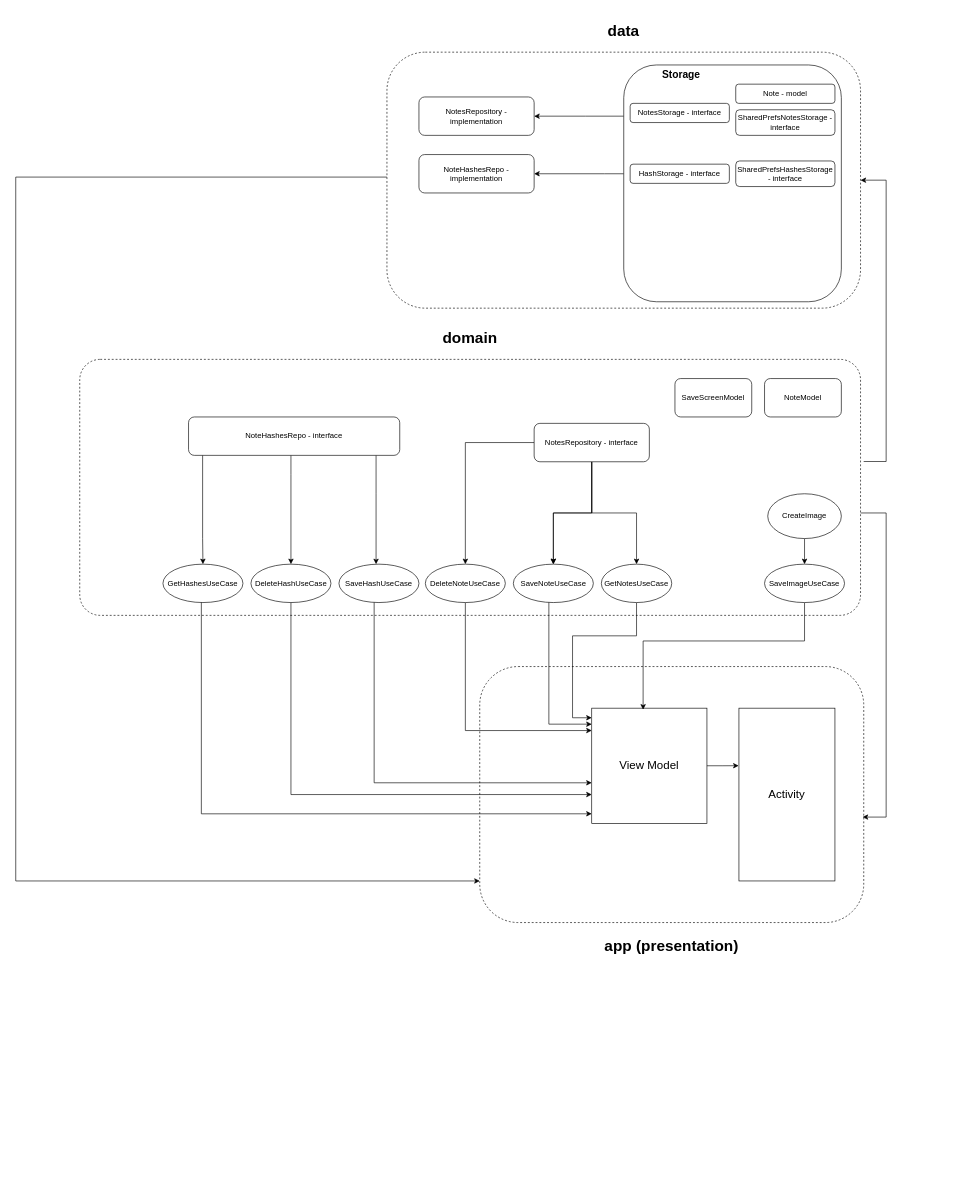
The draw.io diagram ArchitectureDiagram.drawio in solutions-architects/anynote_android, before the edit. Source tidied: cells renumbered, new cells numbered last; positions are measured from the earlier drawing's top-left corner, leaving out a move shared by most shapes. Both pictures are drawn from the tidied source at 64%, with x=0, y=0 at pixel (15, 52).
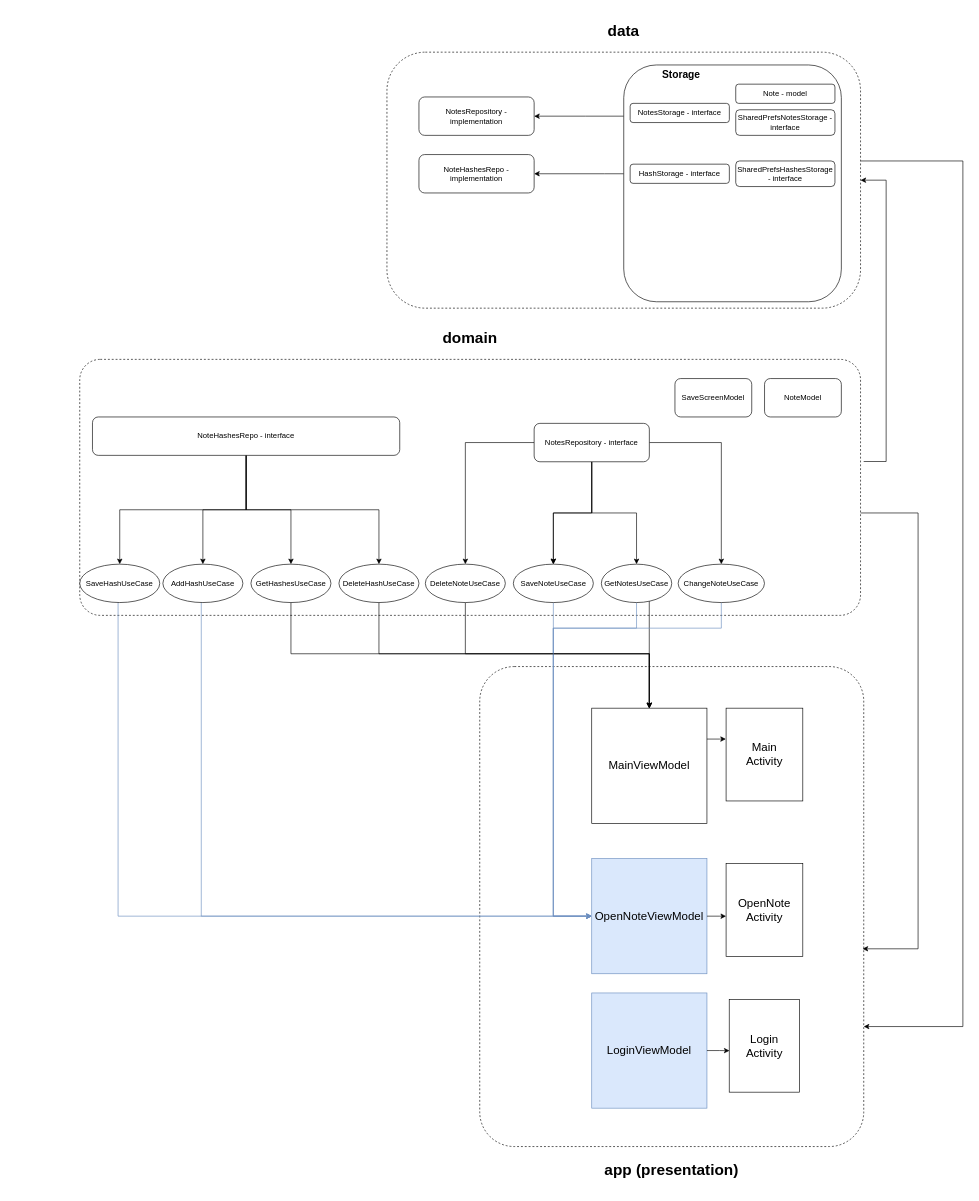
The same page after the edit.

Unchanged cells that the change refers to:
```xml
<mxCell id="3" value="&lt;h1&gt;domain&lt;/h1&gt;" style="rounded=1;whiteSpace=wrap;html=1;arcSize=8;glass=0;shadow=0;dashed=1;verticalAlign=bottom;labelPosition=center;verticalLabelPosition=top;align=center;" parent="1" vertex="1">
  <mxGeometry x="100.1" y="480" width="1220" height="400" as="geometry" />
</mxCell>
<mxCell id="7" value="&lt;h1&gt;data&lt;/h1&gt;" style="rounded=1;whiteSpace=wrap;html=1;dashed=1;verticalAlign=bottom;labelPosition=center;verticalLabelPosition=top;align=center;" parent="1" vertex="1">
  <mxGeometry x="580.1" width="740" height="400" as="geometry" />
</mxCell>
<mxCell id="14" value="GetNotesUseCase" style="ellipse;whiteSpace=wrap;html=1;" parent="1" vertex="1">
  <mxGeometry x="915.1" y="800" width="110" height="60" as="geometry" />
</mxCell>
<mxCell id="15" value="SaveNoteUseCase" style="ellipse;whiteSpace=wrap;html=1;" parent="1" vertex="1">
  <mxGeometry x="777.6" y="800" width="125" height="60" as="geometry" />
</mxCell>
<mxCell id="20" value="NotesRepository - interface" style="rounded=1;whiteSpace=wrap;html=1;" parent="1" vertex="1">
  <mxGeometry x="810.1" y="580" width="180" height="60" as="geometry" />
</mxCell>
<mxCell id="48" value="Dele&lt;span style=&quot;background-color: initial;&quot;&gt;teNoteUseCase&lt;/span&gt;" style="ellipse;whiteSpace=wrap;html=1;" parent="1" vertex="1">
  <mxGeometry x="640.1" y="800" width="125" height="60" as="geometry" />
</mxCell>
```

Change to the diagram source:
```diff
@@
-    <mxCell id="5" value="&lt;h1&gt;app (presentation)&lt;/h1&gt;" style="rounded=1;whiteSpace=wrap;html=1;dashed=1;labelPosition=center;verticalLabelPosition=bottom;align=center;verticalAlign=top;" parent="1" vertex="1">
-      <mxGeometry x="725.1" y="960" width="600" height="400" as="geometry" />
+    <mxCell id="5" value="&lt;h1&gt;app (presentation)&lt;/h1&gt;" style="rounded=1;whiteSpace=wrap;html=1;dashed=1;labelPosition=center;verticalLabelPosition=bottom;align=center;verticalAlign=top;arcSize=9;" parent="1" vertex="1">
+      <mxGeometry x="725.1" y="960" width="600" height="750" as="geometry" />
     </mxCell>
-    <mxCell id="6" style="edgeStyle=orthogonalEdgeStyle;rounded=0;jettySize=auto;html=1;exitX=0;exitY=0.488;exitDx=0;exitDy=0;exitPerimeter=0;" parent="1" edge="1" source="7" target="5">
+    <mxCell id="6" style="edgeStyle=orthogonalEdgeStyle;rounded=0;jettySize=auto;html=1;entryX=1;entryY=0.75;entryDx=0;entryDy=0;" parent="1" edge="1" source="7" target="5">
       <mxGeometry relative="1" as="geometry">
         <Array as="points">
-          <mxPoint x="0.1" y="195" />
-          <mxPoint x="0.1" y="1295" />
+          <mxPoint x="1480" y="170" />
+          <mxPoint x="1480" y="1523" />
         </Array>
       </mxGeometry>
     </mxCell>
@@
-    <mxCell id="10" value="View Model" style="whiteSpace=wrap;html=1;fontSize=18;" parent="1" vertex="1">
+    <mxCell id="10" value="MainViewModel" style="whiteSpace=wrap;html=1;fontSize=18;" parent="1" vertex="1">
       <mxGeometry x="900.1" y="1025" width="180" height="180" as="geometry" />
     </mxCell>
-    <mxCell id="11" value="Activity" style="rounded=0;whiteSpace=wrap;html=1;fontSize=18;" parent="1" vertex="1">
-      <mxGeometry x="1130.1" y="1025" width="150" height="270" as="geometry" />
+    <mxCell id="11" value="&lt;div&gt;Main&lt;/div&gt;Activity" style="rounded=0;whiteSpace=wrap;html=1;fontSize=18;" parent="1" vertex="1">
+      <mxGeometry x="1110" y="1025" width="119.9" height="145" as="geometry" />
     </mxCell>
     <mxCell id="12" style="edgeStyle=orthogonalEdgeStyle;rounded=0;jettySize=auto;html=1;entryX=-0.003;entryY=0.333;entryDx=0;entryDy=0;entryPerimeter=0;" parent="1" edge="1" source="10" target="11">
-      <mxGeometry relative="1" as="geometry" />
+      <mxGeometry relative="1" as="geometry">
+        <Array as="points">
+          <mxPoint x="1100" y="1073" />
+        </Array>
+      </mxGeometry>
     </mxCell>
     <mxCell id="13" style="edgeStyle=orthogonalEdgeStyle;rounded=0;jettySize=auto;html=1;" parent="1" edge="1" source="14" target="10">
       <mxGeometry relative="1" as="geometry">
         <Array as="points">
-          <mxPoint x="970.1" y="912" />
-          <mxPoint x="870.1" y="912" />
-          <mxPoint x="870.1" y="1040" />
+          <mxPoint x="990" y="900" />
+          <mxPoint x="990" y="900" />
         </Array>
       </mxGeometry>
     </mxCell>
+    <mxCell id="52" style="edgeStyle=orthogonalEdgeStyle;rounded=0;jettySize=auto;html=1;entryX=0;entryY=0.5;entryDx=0;entryDy=0;fillColor=#dae8fc;strokeColor=#6c8ebf;" parent="1" edge="1" source="14" target="57">
+      <mxGeometry relative="1" as="geometry">
+        <Array as="points">
+          <mxPoint x="970" y="900" />
+          <mxPoint x="840" y="900" />
+          <mxPoint x="840" y="1350" />
+        </Array>
+      </mxGeometry>
+    </mxCell>
@@
+    <mxCell id="53" style="edgeStyle=orthogonalEdgeStyle;rounded=0;jettySize=auto;html=1;entryX=0;entryY=0.5;entryDx=0;entryDy=0;fillColor=#dae8fc;strokeColor=#6c8ebf;" parent="1" edge="1" source="15" target="57">
+      <mxGeometry relative="1" as="geometry">
+        <Array as="points">
+          <mxPoint x="840" y="1350" />
+        </Array>
+      </mxGeometry>
+    </mxCell>
@@
+    <mxCell id="54" style="edgeStyle=orthogonalEdgeStyle;rounded=0;jettySize=auto;html=1;entryX=0.5;entryY=0;entryDx=0;entryDy=0;" parent="1" edge="1" source="20" target="63">
+      <mxGeometry relative="1" as="geometry" />
+    </mxCell>
@@
-    <mxCell id="23" style="edgeStyle=orthogonalEdgeStyle;rounded=0;jettySize=auto;html=1;" parent="1" edge="1" source="15" target="10">
-      <mxGeometry relative="1" as="geometry">
-        <Array as="points">
-          <mxPoint x="833.1" y="1050" />
-        </Array>
-      </mxGeometry>
-    </mxCell>
-    <mxCell id="24" style="edgeStyle=orthogonalEdgeStyle;rounded=0;jettySize=auto;html=1;entryX=0.446;entryY=0.013;entryDx=0;entryDy=0;entryPerimeter=0;" parent="1" edge="1" source="25" target="10">
-      <mxGeometry relative="1" as="geometry">
-        <Array as="points">
-          <mxPoint x="1233.1" y="920" />
-          <mxPoint x="980.1" y="920" />
-        </Array>
-      </mxGeometry>
-    </mxCell>
-    <mxCell id="25" value="SaveImageUseCase" style="ellipse;whiteSpace=wrap;html=1;" parent="1" vertex="1">
-      <mxGeometry x="1170.1" y="800" width="125" height="60" as="geometry" />
-    </mxCell>
-    <mxCell id="26" style="edgeStyle=orthogonalEdgeStyle;rounded=0;jettySize=auto;html=1;" parent="1" edge="1" source="27" target="25">
-      <mxGeometry relative="1" as="geometry" />
-    </mxCell>
-    <mxCell id="27" value="CreateImage" style="ellipse;whiteSpace=wrap;html=1;" parent="1" vertex="1">
-      <mxGeometry x="1175.1" y="690" width="115" height="70" as="geometry" />
-    </mxCell>
     <mxCell id="28" style="edgeStyle=orthogonalEdgeStyle;rounded=0;jettySize=auto;html=1;entryX=0.997;entryY=0.588;entryDx=0;entryDy=0;entryPerimeter=0;" parent="1" edge="1" source="3" target="5">
       <mxGeometry relative="1" as="geometry">
         <Array as="points">
-          <mxPoint x="1360.1" y="720" />
-          <mxPoint x="1360.1" y="1195" />
+          <mxPoint x="1410" y="720" />
+          <mxPoint x="1410" y="1401" />
         </Array>
       </mxGeometry>
     </mxCell>
@@
+    <mxCell id="55" style="edgeStyle=orthogonalEdgeStyle;rounded=0;jettySize=auto;html=1;" parent="1" edge="1" source="40" target="61">
+      <mxGeometry relative="1" as="geometry" />
+    </mxCell>
+    <mxCell id="39" style="edgeStyle=orthogonalEdgeStyle;rounded=0;jettySize=auto;html=1;" parent="1" edge="1" source="40" target="50">
+      <mxGeometry relative="1" as="geometry" />
+    </mxCell>
     <mxCell id="37" style="edgeStyle=orthogonalEdgeStyle;rounded=0;jettySize=auto;html=1;" parent="1" edge="1" source="40" target="41">
-      <mxGeometry relative="1" as="geometry">
-        <Array as="points">
-          <mxPoint x="292.1" y="760" />
-        </Array>
-      </mxGeometry>
+      <mxGeometry relative="1" as="geometry" />
     </mxCell>
     <mxCell id="38" style="edgeStyle=orthogonalEdgeStyle;rounded=0;jettySize=auto;html=1;" parent="1" edge="1" source="40" target="46">
-      <mxGeometry relative="1" as="geometry">
-        <Array as="points">
-          <mxPoint x="430.1" y="660" />
-          <mxPoint x="430.1" y="660" />
-        </Array>
-      </mxGeometry>
+      <mxGeometry relative="1" as="geometry" />
     </mxCell>
-    <mxCell id="39" style="edgeStyle=orthogonalEdgeStyle;rounded=0;jettySize=auto;html=1;" parent="1" edge="1" source="40" target="50">
-      <mxGeometry relative="1" as="geometry">
-        <Array as="points">
-          <mxPoint x="563.1" y="690" />
-          <mxPoint x="563.1" y="690" />
-        </Array>
-      </mxGeometry>
-    </mxCell>
     <mxCell id="40" value="NoteHashesRepo - interface" style="rounded=1;whiteSpace=wrap;html=1;" parent="1" vertex="1">
-      <mxGeometry x="270.1" y="570" width="330" height="60" as="geometry" />
+      <mxGeometry x="120" y="570" width="480.1" height="60" as="geometry" />
     </mxCell>
+    <mxCell id="49" style="edgeStyle=orthogonalEdgeStyle;rounded=0;jettySize=auto;html=1;" parent="1" edge="1" source="41" target="10">
+      <mxGeometry relative="1" as="geometry">
+        <Array as="points">
+          <mxPoint x="430" y="940" />
+          <mxPoint x="990" y="940" />
+        </Array>
+      </mxGeometry>
+    </mxCell>
     <mxCell id="41" value="GetHashesUseCase" style="ellipse;whiteSpace=wrap;html=1;" parent="1" vertex="1">
-      <mxGeometry x="230.1" y="800" width="125" height="60" as="geometry" />
+      <mxGeometry x="367.6" y="800" width="125" height="60" as="geometry" />
     </mxCell>
@@
-    <mxCell id="45" style="edgeStyle=orthogonalEdgeStyle;rounded=0;jettySize=auto;html=1;entryX=0;entryY=0.75;entryDx=0;entryDy=0;" parent="1" edge="1" source="46" target="10">
+    <mxCell id="45" style="edgeStyle=orthogonalEdgeStyle;rounded=0;jettySize=auto;html=1;entryX=0.5;entryY=0;entryDx=0;entryDy=0;" parent="1" edge="1" source="46" target="10">
       <mxGeometry relative="1" as="geometry">
         <Array as="points">
-          <mxPoint x="430.1" y="1160" />
+          <mxPoint x="568" y="940" />
+          <mxPoint x="990" y="940" />
         </Array>
       </mxGeometry>
     </mxCell>
     <mxCell id="46" value="DeleteHashUseCase" style="ellipse;whiteSpace=wrap;html=1;" parent="1" vertex="1">
-      <mxGeometry x="367.6" y="800" width="125" height="60" as="geometry" />
+      <mxGeometry x="505.1" y="800" width="125" height="60" as="geometry" />
     </mxCell>
     <mxCell id="47" style="edgeStyle=orthogonalEdgeStyle;rounded=0;jettySize=auto;html=1;" parent="1" edge="1" source="48" target="10">
       <mxGeometry relative="1" as="geometry">
         <Array as="points">
-          <mxPoint x="702.1" y="1060" />
+          <mxPoint x="703" y="940" />
+          <mxPoint x="990" y="940" />
         </Array>
       </mxGeometry>
     </mxCell>
@@
-    <mxCell id="49" style="edgeStyle=orthogonalEdgeStyle;rounded=0;jettySize=auto;html=1;entryX=0;entryY=0.917;entryDx=0;entryDy=0;entryPerimeter=0;" parent="1" edge="1" source="41" target="10">
-      <mxGeometry relative="1" as="geometry">
-        <Array as="points">
-          <mxPoint x="290.1" y="1190" />
-        </Array>
-      </mxGeometry>
-    </mxCell>
+    <mxCell id="56" style="edgeStyle=orthogonalEdgeStyle;rounded=0;jettySize=auto;html=1;entryX=0;entryY=0.5;entryDx=0;entryDy=0;fillColor=#dae8fc;strokeColor=#6c8ebf;" parent="1" edge="1" source="50" target="57">
+      <mxGeometry relative="1" as="geometry">
+        <Array as="points">
+          <mxPoint x="160" y="1350" />
+        </Array>
+      </mxGeometry>
+    </mxCell>
     <mxCell id="50" value="SaveHashUseCase" style="ellipse;whiteSpace=wrap;html=1;" parent="1" vertex="1">
-      <mxGeometry x="505.1" y="800" width="125" height="60" as="geometry" />
+      <mxGeometry x="100.1" y="800" width="125" height="60" as="geometry" />
     </mxCell>
-    <mxCell id="51" style="edgeStyle=orthogonalEdgeStyle;rounded=0;jettySize=auto;html=1;entryX=0;entryY=0.648;entryDx=0;entryDy=0;entryPerimeter=0;" parent="1" edge="1" source="50" target="10">
-      <mxGeometry relative="1" as="geometry">
-        <Array as="points">
-          <mxPoint x="560.1" y="1142" />
-        </Array>
-      </mxGeometry>
-    </mxCell>
+    <mxCell id="57" value="OpenNoteViewModel" style="whiteSpace=wrap;html=1;fontSize=18;fillColor=#dae8fc;strokeColor=#6c8ebf;" parent="1" vertex="1">
+      <mxGeometry x="900.1" y="1260" width="180" height="180" as="geometry" />
+    </mxCell>
+    <mxCell id="58" value="OpenNote&lt;div&gt;&lt;/div&gt;&lt;div&gt;Activity&lt;/div&gt;" style="rounded=0;whiteSpace=wrap;html=1;fontSize=18;" parent="1" vertex="1">
+      <mxGeometry x="1110" y="1268" width="119.9" height="145" as="geometry" />
+    </mxCell>
+    <mxCell id="59" style="edgeStyle=orthogonalEdgeStyle;rounded=0;jettySize=auto;html=1;entryX=0;entryY=0.566;entryDx=0;entryDy=0;entryPerimeter=0;" parent="1" edge="1" source="57" target="58">
+      <mxGeometry relative="1" as="geometry" />
+    </mxCell>
+    <mxCell id="60" style="edgeStyle=orthogonalEdgeStyle;rounded=0;jettySize=auto;html=1;entryX=0;entryY=0.5;entryDx=0;entryDy=0;fillColor=#dae8fc;strokeColor=#6c8ebf;" parent="1" edge="1" source="61" target="57">
+      <mxGeometry relative="1" as="geometry">
+        <Array as="points">
+          <mxPoint x="290" y="1350" />
+        </Array>
+      </mxGeometry>
+    </mxCell>
+    <mxCell id="61" value="AddHashUseCase" style="ellipse;whiteSpace=wrap;html=1;" parent="1" vertex="1">
+      <mxGeometry x="230" y="800" width="125" height="60" as="geometry" />
+    </mxCell>
+    <mxCell id="62" style="edgeStyle=orthogonalEdgeStyle;rounded=0;jettySize=auto;html=1;entryX=0;entryY=0.5;entryDx=0;entryDy=0;fillColor=#dae8fc;strokeColor=#6c8ebf;" parent="1" edge="1" source="63" target="57">
+      <mxGeometry relative="1" as="geometry">
+        <Array as="points">
+          <mxPoint x="1103" y="900" />
+          <mxPoint x="840" y="900" />
+          <mxPoint x="840" y="1350" />
+        </Array>
+      </mxGeometry>
+    </mxCell>
+    <mxCell id="63" value="ChangeNoteUseCase" style="ellipse;whiteSpace=wrap;html=1;" parent="1" vertex="1">
+      <mxGeometry x="1035.1" y="800" width="134.9" height="60" as="geometry" />
+    </mxCell>
+    <mxCell id="64" value="LoginViewModel" style="whiteSpace=wrap;html=1;fontSize=18;fillColor=#dae8fc;strokeColor=#6c8ebf;" parent="1" vertex="1">
+      <mxGeometry x="900.1" y="1470" width="180" height="180" as="geometry" />
+    </mxCell>
+    <mxCell id="65" value="Login&lt;div&gt;Activity&lt;/div&gt;" style="rounded=0;whiteSpace=wrap;html=1;fontSize=18;" parent="1" vertex="1">
+      <mxGeometry x="1114.9" y="1480" width="110" height="145" as="geometry" />
+    </mxCell>
+    <mxCell id="66" style="edgeStyle=orthogonalEdgeStyle;rounded=0;jettySize=auto;html=1;entryX=0.004;entryY=0.553;entryDx=0;entryDy=0;entryPerimeter=0;" parent="1" edge="1" source="64" target="65">
+      <mxGeometry relative="1" as="geometry" />
+    </mxCell>
```
